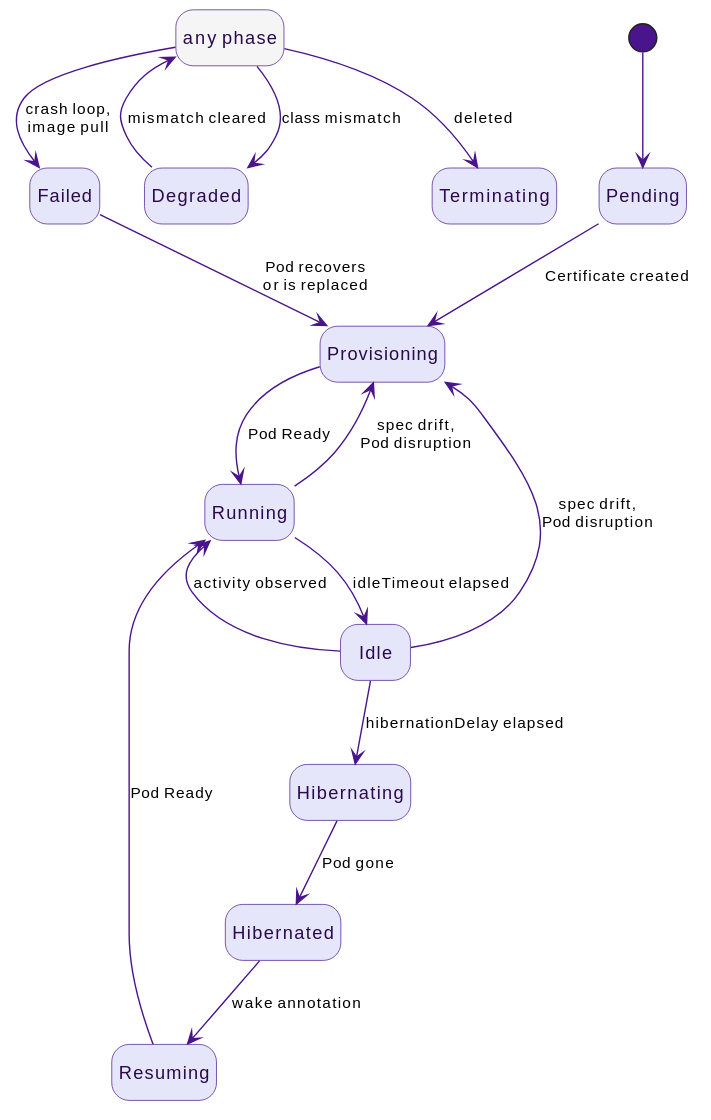
This is docs/src/diagrams/agent-lifecycle.svg from win07xp/kaalm, a PlantUML export, as it was before one commit.
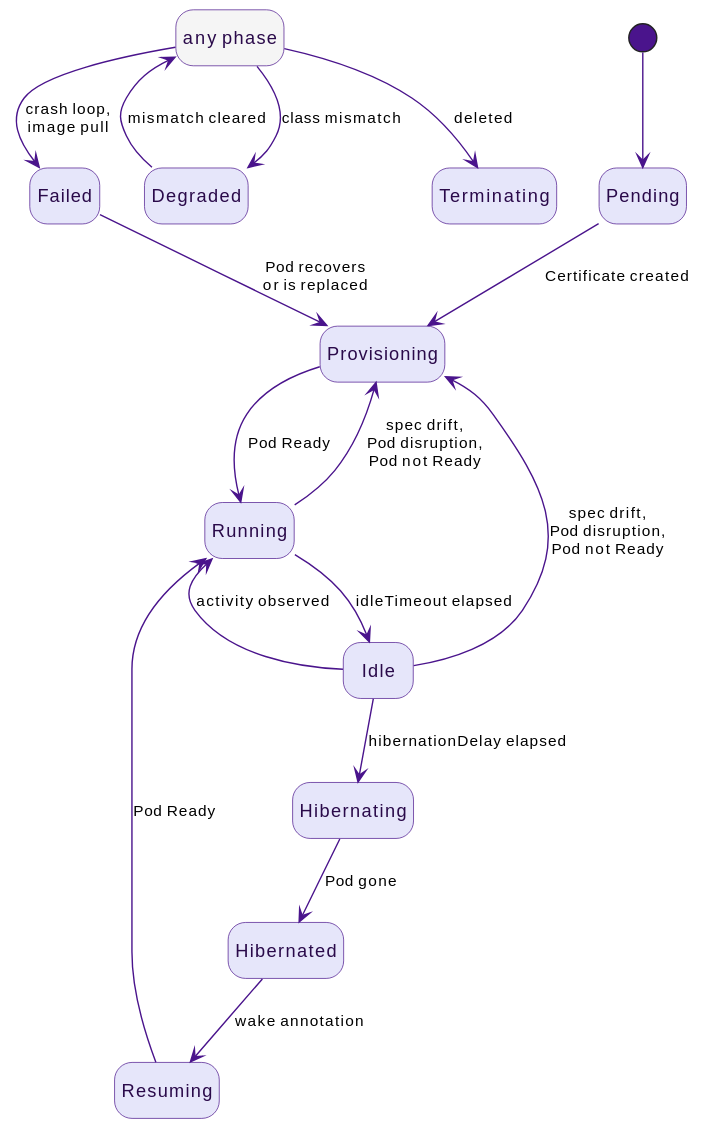
Later version of the same file.

Commit message:
docs(lifecycle): show the Pod-not-Ready move to Provisioning

What changed in the source:
```diff
@@ -22,8 +22,8 @@
 Hibernating --> Hibernated : Pod gone
 Hibernated --> Resuming : wake annotation
 Resuming --> Running : Pod Ready
-Running --> Provisioning : spec drift,\nPod disruption
-Idle --> Provisioning : spec drift,\nPod disruption
+Running --> Provisioning : spec drift,\nPod disruption,\nPod not Ready
+Idle --> Provisioning : spec drift,\nPod disruption,\nPod not Ready
 
 Any --> Degraded : class mismatch
 Degraded --> Any : mismatch cleared
```
